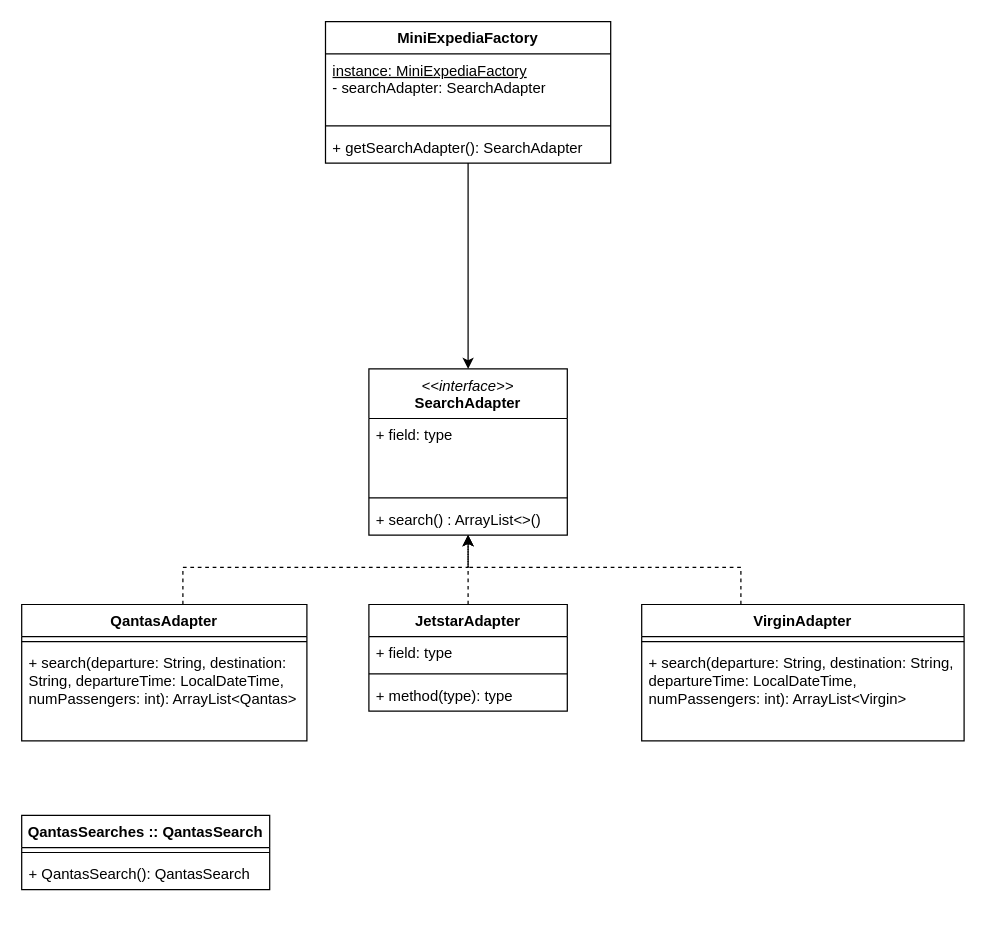
Before: page "Page-1" (1 of 2) of workshop8-week9.drawio in antonykimuom/SWEN30006-2025-SM1-workshop1-tuew05-14-00-team-12, a draw.io diagram. Source tidied: cells renumbered, new cells numbered last; positions are measured from the earlier drawing's top-left corner, leaving out a move shared by most shapes. Both pictures are drawn from the tidied source at 124%, with x=0, y=0 at pixel (21, 21).
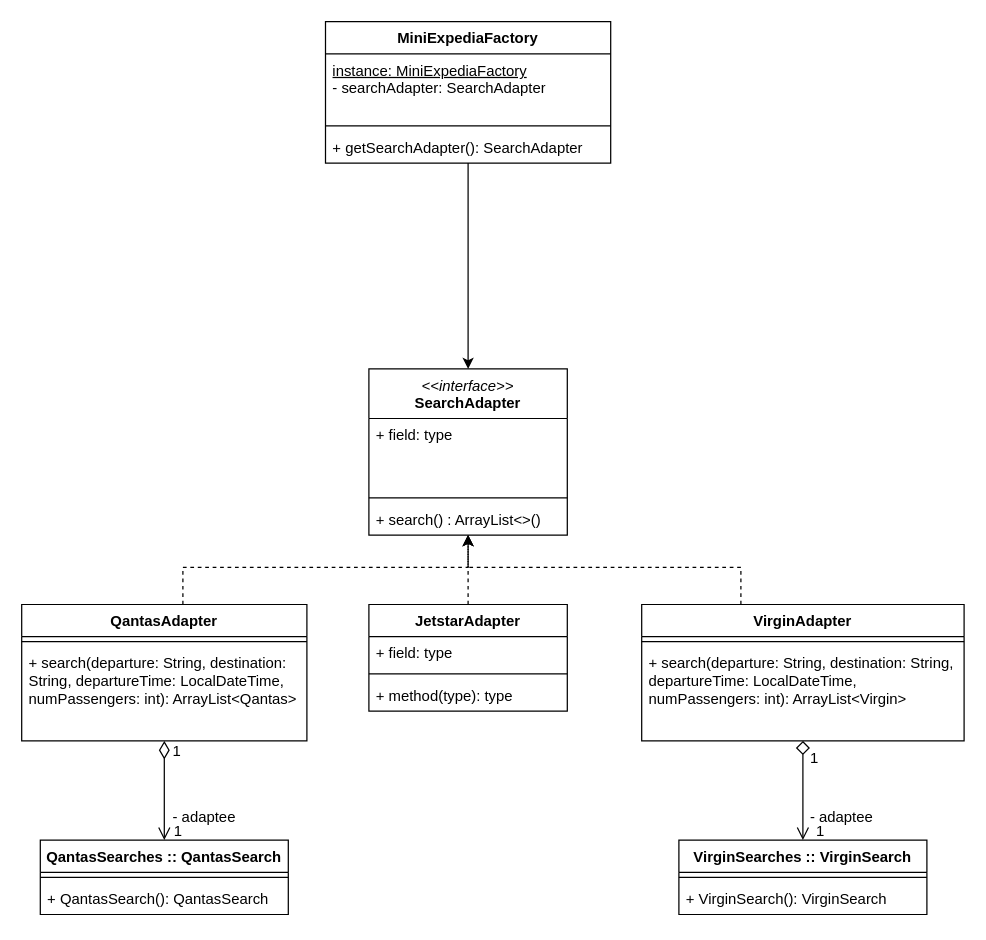
Above is the later version.

Unchanged cells that the change refers to:
```xml
<mxCell id="3" value="QantasAdapter" style="swimlane;fontStyle=1;align=center;verticalAlign=top;horizontal=1;startSize=26;whiteSpace=wrap;html=1;" parent="1" vertex="1">
  <mxGeometry y="470" width="230" height="110" as="geometry" />
</mxCell>
<mxCell id="21" value="VirginAdapter" style="swimlane;fontStyle=1;align=center;verticalAlign=top;horizontal=1;startSize=26;whiteSpace=wrap;html=1;" parent="1" vertex="1">
  <mxGeometry x="500" y="470" width="260" height="110" as="geometry" />
</mxCell>
```

Diff of the diagram source:
```diff
@@
+    <mxCell id="27" style="edgeStyle=none;curved=1;rounded=0;jettySize=auto;html=1;fontSize=12;startSize=8;endSize=12;endArrow=diamondThin;endFill=0;startArrow=open;startFill=0;" parent="1" edge="1" source="24" target="3">
+      <mxGeometry relative="1" as="geometry" />
+    </mxCell>
+    <mxCell id="28" value="1" style="edgeLabel;html=1;align=center;verticalAlign=middle;fontSize=12;" parent="27" vertex="1">
+      <mxGeometry x="0.53" y="-1" relative="1" as="geometry">
+        <mxPoint x="8" y="-11" as="offset" />
+      </mxGeometry>
+    </mxCell>
+    <mxCell id="29" value="- adaptee" style="edgeLabel;html=1;align=center;verticalAlign=middle;fontSize=12;" parent="27" vertex="1">
+      <mxGeometry x="-0.54" relative="1" as="geometry">
+        <mxPoint x="31" y="-1" as="offset" />
+      </mxGeometry>
+    </mxCell>
+    <mxCell id="30" value="1" style="edgeLabel;html=1;align=center;verticalAlign=middle;fontSize=12;" parent="27" vertex="1">
+      <mxGeometry x="-0.36" y="2" relative="1" as="geometry">
+        <mxPoint x="12" y="18" as="offset" />
+      </mxGeometry>
+    </mxCell>
     <mxCell id="24" value="QantasSearches :: QantasSearch" style="swimlane;fontStyle=1;align=center;verticalAlign=top;horizontal=1;startSize=26;whiteSpace=wrap;html=1;" parent="1" vertex="1">
-      <mxGeometry y="640" width="200" height="60" as="geometry" />
+      <mxGeometry x="15" y="660" width="200" height="60" as="geometry" />
     </mxCell>
@@
+    <mxCell id="31" style="edgeStyle=none;curved=1;rounded=0;jettySize=auto;html=1;fontSize=12;startSize=8;endSize=9;endArrow=diamond;endFill=0;startArrow=open;startFill=0;" parent="1" edge="1" source="35" target="21">
+      <mxGeometry relative="1" as="geometry" />
+    </mxCell>
+    <mxCell id="32" value="1" style="edgeLabel;html=1;align=center;verticalAlign=middle;fontSize=12;" parent="31" vertex="1">
+      <mxGeometry x="0.52" relative="1" as="geometry">
+        <mxPoint x="8" y="-6" as="offset" />
+      </mxGeometry>
+    </mxCell>
+    <mxCell id="33" value="- adaptee" style="edgeLabel;html=1;align=center;verticalAlign=middle;fontSize=12;" parent="31" vertex="1">
+      <mxGeometry x="-0.5" y="1" relative="1" as="geometry">
+        <mxPoint x="31" y="1" as="offset" />
+      </mxGeometry>
+    </mxCell>
+    <mxCell id="34" value="1" style="edgeLabel;html=1;align=center;verticalAlign=middle;fontSize=12;" parent="31" vertex="1">
+      <mxGeometry x="-0.52" y="-2" relative="1" as="geometry">
+        <mxPoint x="11" y="11" as="offset" />
+      </mxGeometry>
+    </mxCell>
+    <mxCell id="35" value="VirginSearches :: VirginSearch" style="swimlane;fontStyle=1;align=center;verticalAlign=top;horizontal=1;startSize=26;whiteSpace=wrap;html=1;" parent="1" vertex="1">
+      <mxGeometry x="530" y="660" width="200" height="60" as="geometry" />
+    </mxCell>
+    <mxCell id="36" style="line;strokeWidth=1;fillColor=none;align=left;verticalAlign=middle;spacingTop=-1;spacingLeft=3;spacingRight=3;labelPosition=right;strokeColor=inherit;" parent="35" vertex="1">
+      <mxGeometry y="26" width="200" height="8" as="geometry" />
+    </mxCell>
+    <mxCell id="37" value="+ VirginSearch(): VirginSearch" style="text;strokeColor=none;fillColor=none;align=left;verticalAlign=top;spacingLeft=4;spacingRight=4;overflow=hidden;whiteSpace=wrap;html=1;" parent="35" vertex="1">
+      <mxGeometry y="34" width="200" height="26" as="geometry" />
+    </mxCell>
```
